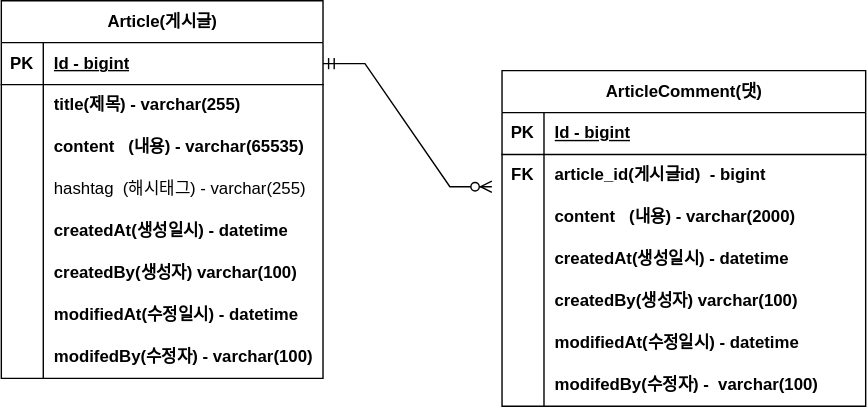
This is document/project-board-erd.svg from Minzion0/project-board, a draw.io export, as it was before one commit. Source tidied: cells renumbered, new cells last; positions are measured from the earlier drawing's top-left corner, leaving out a move shared by most shapes.
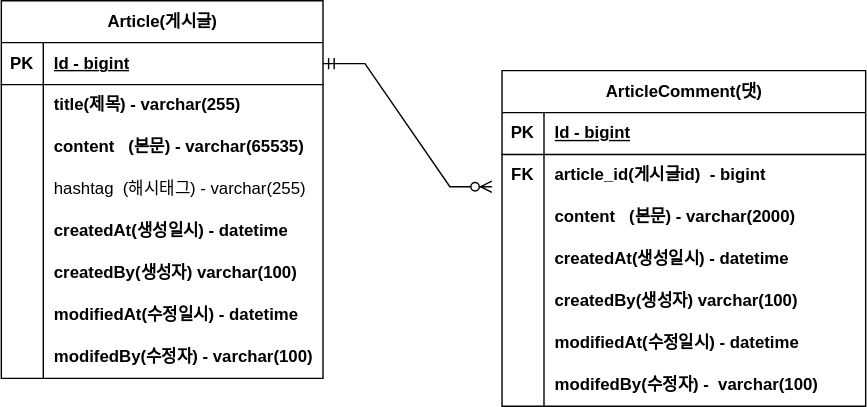
Above is the later version.

Commit message:
#8 -  주석 업데이트 project-board-erd.svg

The edit, as a diff of the source:
```diff
@@ -29,7 +29,7 @@
     <mxCell id="10" style="shape=partialRectangle;fillColor=none;top=0;left=0;bottom=0;right=0;overflow=hidden;whiteSpace=wrap;html=1;" parent="9" vertex="1">
       <mxGeometry width="30" height="30" as="geometry" />
     </mxCell>
-    <mxCell id="11" value="content&amp;nbsp; &amp;nbsp;(내용) - varchar(65535)" style="shape=partialRectangle;fillColor=none;top=0;left=0;bottom=0;right=0;align=left;spacingLeft=6;overflow=hidden;whiteSpace=wrap;html=1;fontStyle=1;" parent="9" vertex="1">
+    <mxCell id="11" value="content&amp;nbsp; &amp;nbsp;(본문) - varchar(65535)" style="shape=partialRectangle;fillColor=none;top=0;left=0;bottom=0;right=0;align=left;spacingLeft=6;overflow=hidden;whiteSpace=wrap;html=1;fontStyle=1;" parent="9" vertex="1">
       <mxGeometry x="30" width="200" height="30" as="geometry" />
     </mxCell>
     <mxCell id="12" style="shape=tableRow;horizontal=0;startSize=0;swimlaneHead=0;swimlaneBody=0;fillColor=none;top=0;left=0;right=0;bottom=0;" parent="2" vertex="1">
@@ -104,7 +104,7 @@
     <mxCell id="35" style="shape=partialRectangle;fillColor=none;top=0;left=0;bottom=0;right=0;overflow=hidden;whiteSpace=wrap;html=1;" parent="34" vertex="1">
       <mxGeometry width="30" height="30" as="geometry" />
     </mxCell>
-    <mxCell id="36" value="content&amp;nbsp; &amp;nbsp;(내용) - varchar(2000)" style="shape=partialRectangle;fillColor=none;top=0;left=0;bottom=0;right=0;align=left;spacingLeft=6;overflow=hidden;whiteSpace=wrap;html=1;fontStyle=1;" parent="34" vertex="1">
+    <mxCell id="36" value="content&amp;nbsp; &amp;nbsp;(본문) - varchar(2000)" style="shape=partialRectangle;fillColor=none;top=0;left=0;bottom=0;right=0;align=left;spacingLeft=6;overflow=hidden;whiteSpace=wrap;html=1;fontStyle=1;" parent="34" vertex="1">
       <mxGeometry x="30" width="230" height="30" as="geometry" />
     </mxCell>
     <mxCell id="37" style="shape=tableRow;horizontal=0;startSize=0;swimlaneHead=0;swimlaneBody=0;fillColor=none;top=0;left=0;right=0;bottom=0;" parent="27" vertex="1">
```
